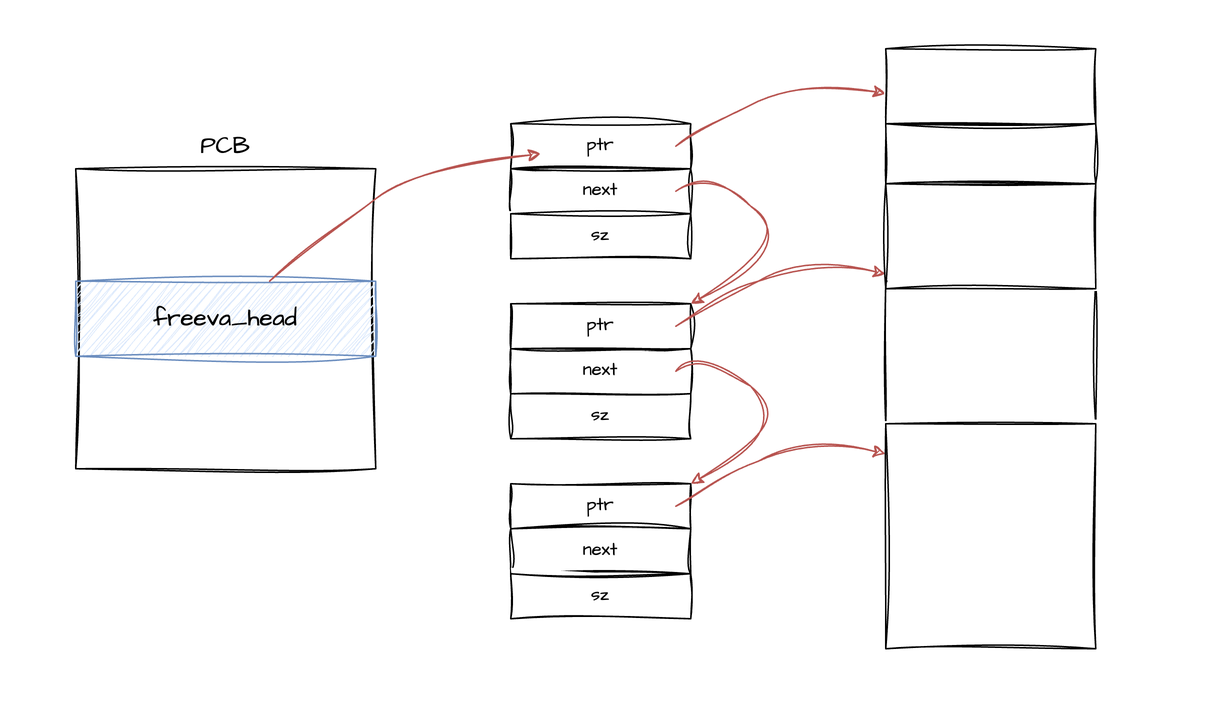
Firefly-Star/LearnOS keeps this draw.io diagram as doc/images/可用虚拟地址的管理.png. Above is the earlier version. Source tidied: cells renumbered, new cells last; positions are measured from the earlier drawing's top-left corner, leaving out a move shared by most shapes. The source it was exported from:
```xml
<mxGraphModel>
  <root>
    <mxCell id="0" />
    <mxCell id="1" parent="0" />
    <mxCell id="2" style="rounded=0;whiteSpace=wrap;html=1;sketch=1;hachureGap=4;jiggle=2;curveFitting=1;fontFamily=Architects Daughter;fontSource=https%3A%2F%2Ffonts.googleapis.com%2Fcss%3Ffamily%3DArchitects%2BDaughter;fontColor=default;fillColor=default;strokeColor=none;" parent="1" vertex="1">
      <mxGeometry y="-0.5" width="810" height="470" as="geometry" />
    </mxCell>
    <mxCell id="3" style="group;" parent="1" vertex="1">
      <mxGeometry x="340" y="82" width="120" height="90" as="geometry" />
    </mxCell>
    <mxCell id="4" value="ptr" style="rounded=0;whiteSpace=wrap;html=1;sketch=1;hachureGap=4;jiggle=2;curveFitting=1;fontFamily=Architects Daughter;fontSource=https%3A%2F%2Ffonts.googleapis.com%2Fcss%3Ffamily%3DArchitects%2BDaughter;" parent="3" vertex="1">
      <mxGeometry width="120" height="30" as="geometry" />
    </mxCell>
    <mxCell id="5" value="next" style="rounded=0;whiteSpace=wrap;html=1;sketch=1;hachureGap=4;jiggle=2;curveFitting=1;fontFamily=Architects Daughter;fontSource=https%3A%2F%2Ffonts.googleapis.com%2Fcss%3Ffamily%3DArchitects%2BDaughter;" parent="3" vertex="1">
      <mxGeometry y="30" width="120" height="30" as="geometry" />
    </mxCell>
    <mxCell id="6" value="sz" style="rounded=0;whiteSpace=wrap;html=1;sketch=1;hachureGap=4;jiggle=2;curveFitting=1;fontFamily=Architects Daughter;fontSource=https%3A%2F%2Ffonts.googleapis.com%2Fcss%3Ffamily%3DArchitects%2BDaughter;" parent="3" vertex="1">
      <mxGeometry y="60" width="120" height="30" as="geometry" />
    </mxCell>
    <mxCell id="7" style="rounded=0;whiteSpace=wrap;html=1;sketch=1;hachureGap=4;jiggle=2;curveFitting=1;fontFamily=Architects Daughter;fontSource=https%3A%2F%2Ffonts.googleapis.com%2Fcss%3Ffamily%3DArchitects%2BDaughter;" parent="1" vertex="1">
      <mxGeometry x="50" y="112" width="200" height="200" as="geometry" />
    </mxCell>
    <mxCell id="8" value="&lt;font style=&quot;font-size: 16px;&quot;&gt;freeva_head&lt;/font&gt;" style="rounded=0;whiteSpace=wrap;html=1;sketch=1;hachureGap=4;jiggle=2;curveFitting=1;fontFamily=Architects Daughter;fontSource=https%3A%2F%2Ffonts.googleapis.com%2Fcss%3Ffamily%3DArchitects%2BDaughter;fillColor=#dae8fc;strokeColor=#6c8ebf;" parent="1" vertex="1">
      <mxGeometry x="50" y="187" width="200" height="50" as="geometry" />
    </mxCell>
    <mxCell id="9" style="curved=1;endArrow=classic;html=1;rounded=0;sketch=1;hachureGap=4;jiggle=2;curveFitting=1;fontFamily=Architects Daughter;fontSource=https%3A%2F%2Ffonts.googleapis.com%2Fcss%3Ffamily%3DArchitects%2BDaughter;fillColor=#f8cecc;strokeColor=#b85450;" parent="1" edge="1" source="8">
      <mxGeometry relative="1" as="geometry">
        <mxPoint x="360" y="102" as="targetPoint" />
        <Array as="points">
          <mxPoint x="220" y="152" />
          <mxPoint x="280" y="112" />
        </Array>
      </mxGeometry>
    </mxCell>
    <mxCell id="10" value="&lt;font style=&quot;font-size: 16px;&quot;&gt;PCB&lt;/font&gt;" style="text;html=1;align=center;verticalAlign=middle;whiteSpace=wrap;rounded=0;fontFamily=Architects Daughter;fontSource=https%3A%2F%2Ffonts.googleapis.com%2Fcss%3Ffamily%3DArchitects%2BDaughter;" parent="1" vertex="1">
      <mxGeometry x="120" y="82" width="60" height="30" as="geometry" />
    </mxCell>
    <mxCell id="11" style="group;" parent="1" vertex="1">
      <mxGeometry x="340" y="202" width="120" height="90" as="geometry" />
    </mxCell>
    <mxCell id="12" value="ptr" style="rounded=0;whiteSpace=wrap;html=1;sketch=1;hachureGap=4;jiggle=2;curveFitting=1;fontFamily=Architects Daughter;fontSource=https%3A%2F%2Ffonts.googleapis.com%2Fcss%3Ffamily%3DArchitects%2BDaughter;" parent="11" vertex="1">
      <mxGeometry width="120" height="30" as="geometry" />
    </mxCell>
    <mxCell id="13" value="next" style="rounded=0;whiteSpace=wrap;html=1;sketch=1;hachureGap=4;jiggle=2;curveFitting=1;fontFamily=Architects Daughter;fontSource=https%3A%2F%2Ffonts.googleapis.com%2Fcss%3Ffamily%3DArchitects%2BDaughter;" parent="11" vertex="1">
      <mxGeometry y="30" width="120" height="30" as="geometry" />
    </mxCell>
    <mxCell id="14" value="sz" style="rounded=0;whiteSpace=wrap;html=1;sketch=1;hachureGap=4;jiggle=2;curveFitting=1;fontFamily=Architects Daughter;fontSource=https%3A%2F%2Ffonts.googleapis.com%2Fcss%3Ffamily%3DArchitects%2BDaughter;" parent="11" vertex="1">
      <mxGeometry y="60" width="120" height="30" as="geometry" />
    </mxCell>
    <mxCell id="15" style="group;" parent="1" vertex="1">
      <mxGeometry x="340" y="322" width="120" height="90" as="geometry" />
    </mxCell>
    <mxCell id="16" value="ptr" style="rounded=0;whiteSpace=wrap;html=1;sketch=1;hachureGap=4;jiggle=2;curveFitting=1;fontFamily=Architects Daughter;fontSource=https%3A%2F%2Ffonts.googleapis.com%2Fcss%3Ffamily%3DArchitects%2BDaughter;" parent="15" vertex="1">
      <mxGeometry width="120" height="30" as="geometry" />
    </mxCell>
    <mxCell id="17" value="next" style="rounded=0;whiteSpace=wrap;html=1;sketch=1;hachureGap=4;jiggle=2;curveFitting=1;fontFamily=Architects Daughter;fontSource=https%3A%2F%2Ffonts.googleapis.com%2Fcss%3Ffamily%3DArchitects%2BDaughter;" parent="15" vertex="1">
      <mxGeometry y="30" width="120" height="30" as="geometry" />
    </mxCell>
    <mxCell id="18" value="sz" style="rounded=0;whiteSpace=wrap;html=1;sketch=1;hachureGap=4;jiggle=2;curveFitting=1;fontFamily=Architects Daughter;fontSource=https%3A%2F%2Ffonts.googleapis.com%2Fcss%3Ffamily%3DArchitects%2BDaughter;" parent="15" vertex="1">
      <mxGeometry y="60" width="120" height="30" as="geometry" />
    </mxCell>
    <mxCell id="19" style="curved=1;endArrow=classic;html=1;rounded=0;sketch=1;hachureGap=4;jiggle=2;curveFitting=1;fontFamily=Architects Daughter;fontSource=https%3A%2F%2Ffonts.googleapis.com%2Fcss%3Ffamily%3DArchitects%2BDaughter;fillColor=#f8cecc;strokeColor=#b85450;" parent="1" edge="1">
      <mxGeometry relative="1" as="geometry">
        <mxPoint x="450" y="97" as="sourcePoint" />
        <mxPoint x="590" y="62" as="targetPoint" />
        <Array as="points">
          <mxPoint x="470" y="82" />
          <mxPoint x="540" y="52" />
        </Array>
      </mxGeometry>
    </mxCell>
    <mxCell id="20" style="curved=1;endArrow=classic;html=1;rounded=0;sketch=1;hachureGap=4;jiggle=2;curveFitting=1;fontFamily=Architects Daughter;fontSource=https%3A%2F%2Ffonts.googleapis.com%2Fcss%3Ffamily%3DArchitects%2BDaughter;fillColor=#f8cecc;strokeColor=#b85450;entryX=1;entryY=0;entryDx=0;entryDy=0;" parent="1" edge="1" target="12">
      <mxGeometry relative="1" as="geometry">
        <mxPoint x="450" y="127" as="sourcePoint" />
        <Array as="points">
          <mxPoint x="470" y="112" />
          <mxPoint x="530" y="162" />
        </Array>
      </mxGeometry>
    </mxCell>
    <mxCell id="21" style="curved=1;endArrow=classic;html=1;rounded=0;sketch=1;hachureGap=4;jiggle=2;curveFitting=1;fontFamily=Architects Daughter;fontSource=https%3A%2F%2Ffonts.googleapis.com%2Fcss%3Ffamily%3DArchitects%2BDaughter;fillColor=#f8cecc;strokeColor=#b85450;entryX=1;entryY=0;entryDx=0;entryDy=0;" parent="1" edge="1">
      <mxGeometry relative="1" as="geometry">
        <mxPoint x="450" y="247" as="sourcePoint" />
        <mxPoint x="460" y="322" as="targetPoint" />
        <Array as="points">
          <mxPoint x="470" y="232" />
          <mxPoint x="530" y="282" />
        </Array>
      </mxGeometry>
    </mxCell>
    <mxCell id="22" style="curved=1;endArrow=classic;html=1;rounded=0;sketch=1;hachureGap=4;jiggle=2;curveFitting=1;fontFamily=Architects Daughter;fontSource=https%3A%2F%2Ffonts.googleapis.com%2Fcss%3Ffamily%3DArchitects%2BDaughter;fillColor=#f8cecc;strokeColor=#b85450;" parent="1" edge="1">
      <mxGeometry relative="1" as="geometry">
        <mxPoint x="450" y="217" as="sourcePoint" />
        <mxPoint x="590" y="182" as="targetPoint" />
        <Array as="points">
          <mxPoint x="470" y="202" />
          <mxPoint x="540" y="172" />
        </Array>
      </mxGeometry>
    </mxCell>
    <mxCell id="23" style="curved=1;endArrow=classic;html=1;rounded=0;sketch=1;hachureGap=4;jiggle=2;curveFitting=1;fontFamily=Architects Daughter;fontSource=https%3A%2F%2Ffonts.googleapis.com%2Fcss%3Ffamily%3DArchitects%2BDaughter;fillColor=#f8cecc;strokeColor=#b85450;" parent="1" edge="1">
      <mxGeometry relative="1" as="geometry">
        <mxPoint x="450" y="337" as="sourcePoint" />
        <mxPoint x="590" y="302" as="targetPoint" />
        <Array as="points">
          <mxPoint x="470" y="322" />
          <mxPoint x="540" y="292" />
        </Array>
      </mxGeometry>
    </mxCell>
    <mxCell id="24" style="rounded=0;whiteSpace=wrap;html=1;sketch=1;hachureGap=4;jiggle=2;curveFitting=1;fontFamily=Architects Daughter;fontSource=https%3A%2F%2Ffonts.googleapis.com%2Fcss%3Ffamily%3DArchitects%2BDaughter;" parent="1" vertex="1">
      <mxGeometry x="590" y="82" width="140" height="40" as="geometry" />
    </mxCell>
    <mxCell id="25" style="rounded=0;whiteSpace=wrap;html=1;sketch=1;hachureGap=4;jiggle=2;curveFitting=1;fontFamily=Architects Daughter;fontSource=https%3A%2F%2Ffonts.googleapis.com%2Fcss%3Ffamily%3DArchitects%2BDaughter;" parent="1" vertex="1">
      <mxGeometry x="590" y="187" width="140" height="95" as="geometry" />
    </mxCell>
    <mxCell id="26" style="rounded=0;whiteSpace=wrap;html=1;sketch=1;hachureGap=4;jiggle=2;curveFitting=1;fontFamily=Architects Daughter;fontSource=https%3A%2F%2Ffonts.googleapis.com%2Fcss%3Ffamily%3DArchitects%2BDaughter;" parent="1" vertex="1">
      <mxGeometry x="590" y="282" width="140" height="150" as="geometry" />
    </mxCell>
    <mxCell id="27" style="rounded=0;whiteSpace=wrap;html=1;sketch=1;hachureGap=4;jiggle=2;curveFitting=1;fontFamily=Architects Daughter;fontSource=https%3A%2F%2Ffonts.googleapis.com%2Fcss%3Ffamily%3DArchitects%2BDaughter;" parent="1" vertex="1">
      <mxGeometry x="590" y="122" width="140" height="70" as="geometry" />
    </mxCell>
    <mxCell id="28" style="rounded=0;whiteSpace=wrap;html=1;sketch=1;hachureGap=4;jiggle=2;curveFitting=1;fontFamily=Architects Daughter;fontSource=https%3A%2F%2Ffonts.googleapis.com%2Fcss%3Ffamily%3DArchitects%2BDaughter;" parent="1" vertex="1">
      <mxGeometry x="590" y="32" width="140" height="50" as="geometry" />
    </mxCell>
  </root>
</mxGraphModel>
```
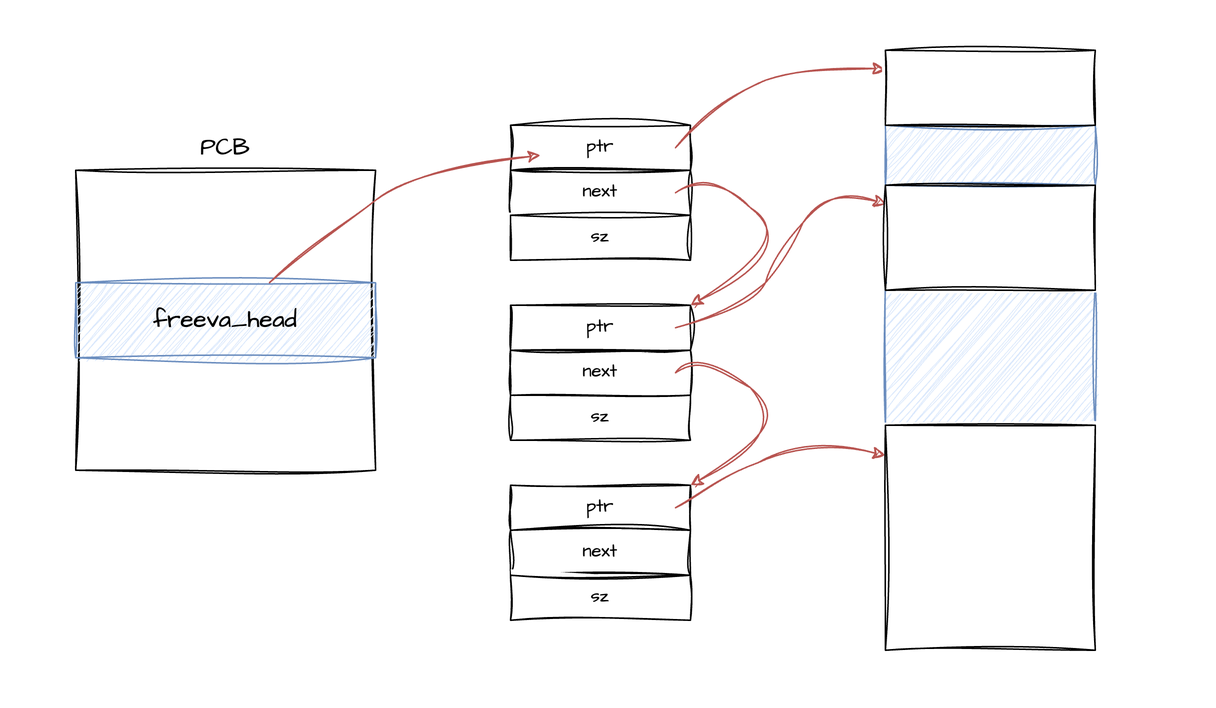
Above is the later version.

Change to the diagram source:
```diff
@@ -59,13 +59,12 @@
     <mxCell id="18" value="sz" style="rounded=0;whiteSpace=wrap;html=1;sketch=1;hachureGap=4;jiggle=2;curveFitting=1;fontFamily=Architects Daughter;fontSource=https%3A%2F%2Ffonts.googleapis.com%2Fcss%3Ffamily%3DArchitects%2BDaughter;" parent="15" vertex="1">
       <mxGeometry y="60" width="120" height="30" as="geometry" />
     </mxCell>
-    <mxCell id="19" style="curved=1;endArrow=classic;html=1;rounded=0;sketch=1;hachureGap=4;jiggle=2;curveFitting=1;fontFamily=Architects Daughter;fontSource=https%3A%2F%2Ffonts.googleapis.com%2Fcss%3Ffamily%3DArchitects%2BDaughter;fillColor=#f8cecc;strokeColor=#b85450;" parent="1" edge="1">
+    <mxCell id="19" style="curved=1;endArrow=classic;html=1;rounded=0;sketch=1;hachureGap=4;jiggle=2;curveFitting=1;fontFamily=Architects Daughter;fontSource=https%3A%2F%2Ffonts.googleapis.com%2Fcss%3Ffamily%3DArchitects%2BDaughter;fillColor=#f8cecc;strokeColor=#b85450;entryX=0;entryY=0.25;entryDx=0;entryDy=0;" parent="1" edge="1" target="28">
       <mxGeometry relative="1" as="geometry">
         <mxPoint x="450" y="97" as="sourcePoint" />
-        <mxPoint x="590" y="62" as="targetPoint" />
         <Array as="points">
-          <mxPoint x="470" y="82" />
-          <mxPoint x="540" y="52" />
+          <mxPoint x="480" y="62" />
+          <mxPoint x="540" y="42" />
         </Array>
       </mxGeometry>
     </mxCell>
@@ -88,13 +87,13 @@
         </Array>
       </mxGeometry>
     </mxCell>
-    <mxCell id="22" style="curved=1;endArrow=classic;html=1;rounded=0;sketch=1;hachureGap=4;jiggle=2;curveFitting=1;fontFamily=Architects Daughter;fontSource=https%3A%2F%2Ffonts.googleapis.com%2Fcss%3Ffamily%3DArchitects%2BDaughter;fillColor=#f8cecc;strokeColor=#b85450;" parent="1" edge="1">
+    <mxCell id="22" style="curved=1;endArrow=classic;html=1;rounded=0;sketch=1;hachureGap=4;jiggle=2;curveFitting=1;fontFamily=Architects Daughter;fontSource=https%3A%2F%2Ffonts.googleapis.com%2Fcss%3Ffamily%3DArchitects%2BDaughter;fillColor=#f8cecc;strokeColor=#b85450;entryX=0.003;entryY=0.18;entryDx=0;entryDy=0;entryPerimeter=0;" parent="1" edge="1" target="27">
       <mxGeometry relative="1" as="geometry">
         <mxPoint x="450" y="217" as="sourcePoint" />
-        <mxPoint x="590" y="182" as="targetPoint" />
         <Array as="points">
-          <mxPoint x="470" y="202" />
-          <mxPoint x="540" y="172" />
+          <mxPoint x="500" y="202" />
+          <mxPoint x="520" y="172" />
+          <mxPoint x="550" y="122" />
         </Array>
       </mxGeometry>
     </mxCell>
@@ -108,10 +107,10 @@
         </Array>
       </mxGeometry>
     </mxCell>
-    <mxCell id="24" style="rounded=0;whiteSpace=wrap;html=1;sketch=1;hachureGap=4;jiggle=2;curveFitting=1;fontFamily=Architects Daughter;fontSource=https%3A%2F%2Ffonts.googleapis.com%2Fcss%3Ffamily%3DArchitects%2BDaughter;" parent="1" vertex="1">
+    <mxCell id="24" style="rounded=0;whiteSpace=wrap;html=1;sketch=1;hachureGap=4;jiggle=2;curveFitting=1;fontFamily=Architects Daughter;fontSource=https%3A%2F%2Ffonts.googleapis.com%2Fcss%3Ffamily%3DArchitects%2BDaughter;fillColor=#dae8fc;strokeColor=#6c8ebf;" parent="1" vertex="1">
       <mxGeometry x="590" y="82" width="140" height="40" as="geometry" />
     </mxCell>
-    <mxCell id="25" style="rounded=0;whiteSpace=wrap;html=1;sketch=1;hachureGap=4;jiggle=2;curveFitting=1;fontFamily=Architects Daughter;fontSource=https%3A%2F%2Ffonts.googleapis.com%2Fcss%3Ffamily%3DArchitects%2BDaughter;" parent="1" vertex="1">
+    <mxCell id="25" style="rounded=0;whiteSpace=wrap;html=1;sketch=1;hachureGap=4;jiggle=2;curveFitting=1;fontFamily=Architects Daughter;fontSource=https%3A%2F%2Ffonts.googleapis.com%2Fcss%3Ffamily%3DArchitects%2BDaughter;fillColor=#dae8fc;strokeColor=#6c8ebf;" parent="1" vertex="1">
       <mxGeometry x="590" y="187" width="140" height="95" as="geometry" />
     </mxCell>
     <mxCell id="26" style="rounded=0;whiteSpace=wrap;html=1;sketch=1;hachureGap=4;jiggle=2;curveFitting=1;fontFamily=Architects Daughter;fontSource=https%3A%2F%2Ffonts.googleapis.com%2Fcss%3Ffamily%3DArchitects%2BDaughter;" parent="1" vertex="1">
```
